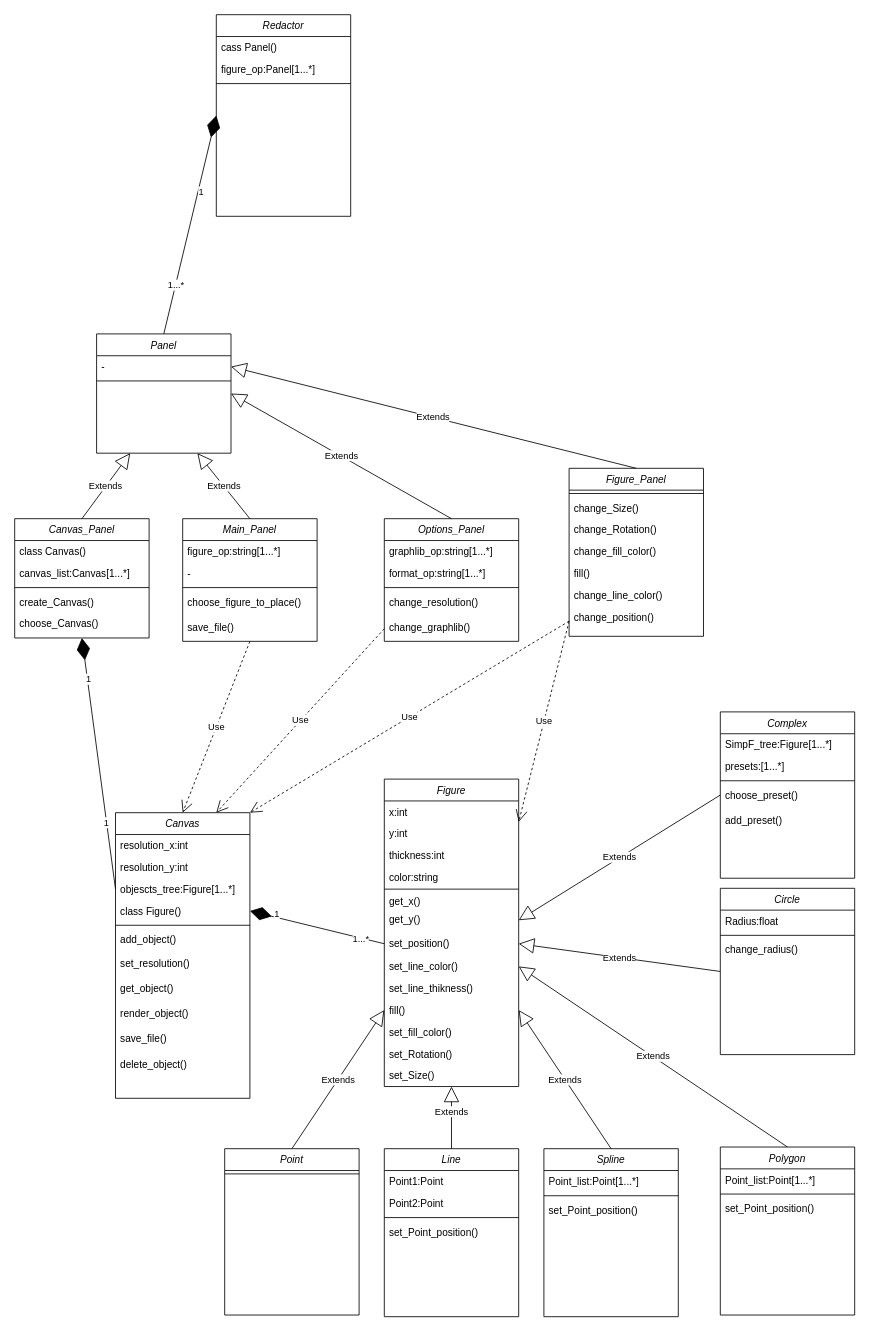
Before: Диаграмма классов.drawio in MstislavRomanovski/ProgramIngeneering, a draw.io diagram. Source tidied: cells renumbered, new cells numbered last; positions are measured from the earlier drawing's top-left corner, leaving out a move shared by most shapes. Both pictures are drawn from the tidied source at 84%, with x=0, y=0 at pixel (14, 14).
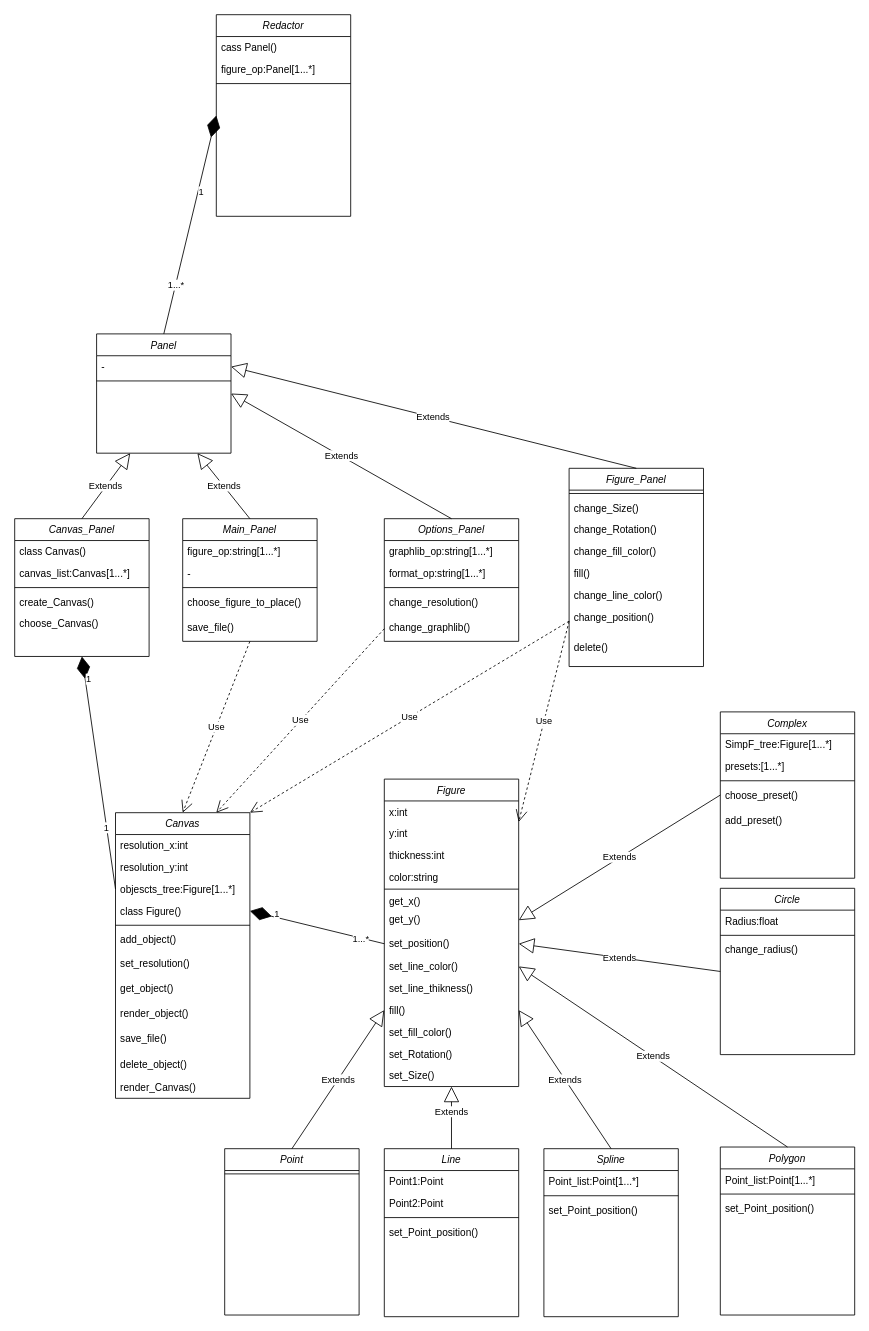
The same page after the edit.

The change refers to these unchanged cells:
```xml
<mxCell id="2" value="Canvas" style="swimlane;fontStyle=2;align=center;verticalAlign=top;horizontal=1;startSize=26;rounded=0;shadow=0;strokeWidth=1;" parent="1" vertex="1">
  <mxGeometry x="120" y="950" width="160" height="340" as="geometry" />
</mxCell>
```

Diff of the diagram source:
```diff
@@
+    <mxCell id="110" value="render_Canvas()" style="text;align=left;verticalAlign=top;spacingLeft=4;spacingRight=4;overflow=hidden;" parent="2" vertex="1">
+      <mxGeometry y="314" width="160" height="26" as="geometry" />
+    </mxCell>
@@
     <mxCell id="91" value="Canvas_Panel" style="swimlane;fontStyle=2;align=center;verticalAlign=top;horizontal=1;startSize=26;rounded=0;shadow=0;strokeWidth=1;" parent="1" vertex="1">
-      <mxGeometry y="600" width="160" height="142" as="geometry" />
+      <mxGeometry y="600" width="160" height="164" as="geometry" />
     </mxCell>
@@
     <mxCell id="98" value="Figure_Panel" style="swimlane;fontStyle=2;align=center;verticalAlign=top;horizontal=1;startSize=26;rounded=0;shadow=0;strokeWidth=1;" parent="1" vertex="1">
-      <mxGeometry x="660" y="540" width="160" height="200" as="geometry" />
+      <mxGeometry x="660" y="540" width="160" height="236" as="geometry" />
     </mxCell>
@@
+    <mxCell id="111" value="delete()&#10;" style="text;align=left;verticalAlign=top;spacingLeft=4;spacingRight=4;overflow=hidden;" parent="98" vertex="1">
+      <mxGeometry y="200" width="160" height="30" as="geometry" />
+    </mxCell>
```
